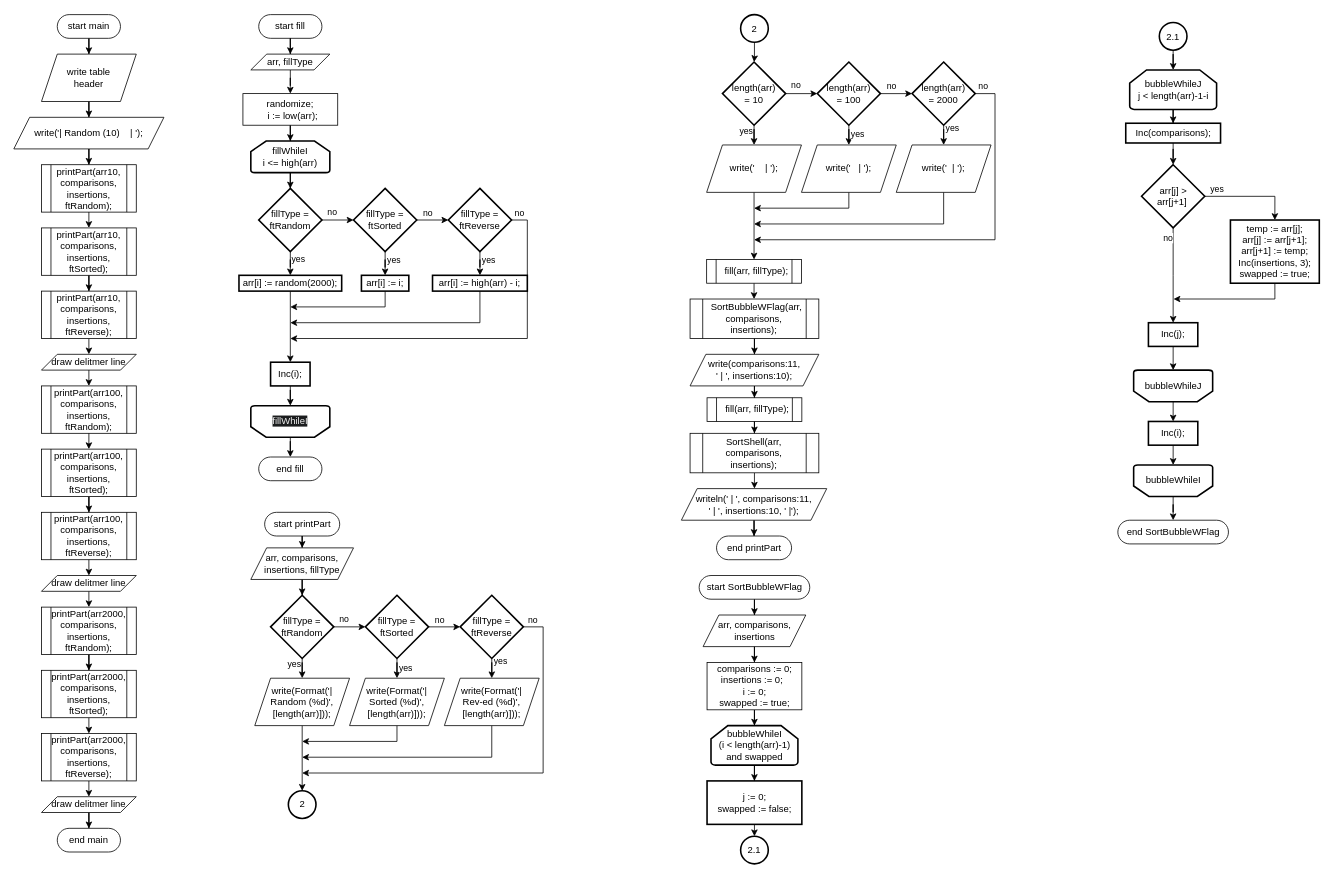
Earlier version of the draw.io diagram schema.drawio (bsuir-readyk/oaip-5). Source tidied: cells renumbered, new cells numbered last; positions are measured from the earlier drawing's top-left corner, leaving out a move shared by most shapes. Both pictures are drawn from the tidied source at 79%, with x=0, y=0 at pixel (13, 14).
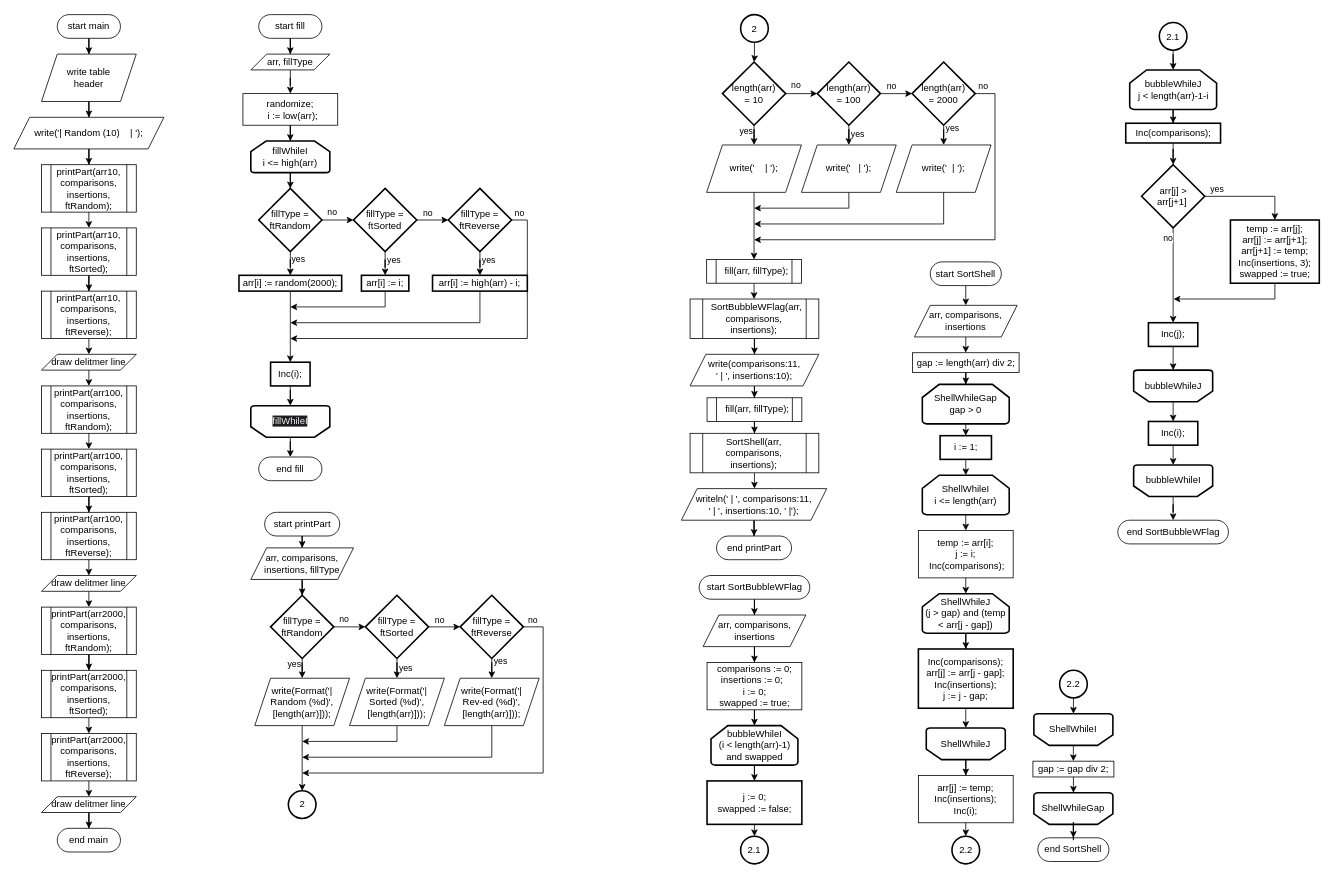
Above is the later version.

Commit message (it also covers changes not shown here):
schema complete

Change to the diagram source:
```diff
@@
+    <mxCell id="163" style="edgeStyle=orthogonalEdgeStyle;rounded=0;jettySize=auto;html=1;exitX=0.5;exitY=1;exitDx=0;exitDy=0;entryX=0.5;entryY=0;entryDx=0;entryDy=0;" parent="1" edge="1" source="164" target="166">
+      <mxGeometry relative="1" as="geometry" />
+    </mxCell>
+    <mxCell id="164" value="&lt;div&gt;&lt;span style=&quot;background-color: initial;&quot;&gt;arr,&amp;nbsp;&lt;/span&gt;&lt;span style=&quot;background-color: initial;&quot;&gt;comparisons, insertions&lt;/span&gt;&lt;br&gt;&lt;/div&gt;" style="shape=parallelogram;perimeter=parallelogramPerimeter;whiteSpace=wrap;html=1;fixedSize=1;" parent="1" vertex="1">
+      <mxGeometry x="1140" y="368" width="130" height="40" as="geometry" />
+    </mxCell>
+    <mxCell id="165" style="edgeStyle=orthogonalEdgeStyle;rounded=0;jettySize=auto;html=1;" parent="1" edge="1" source="166" target="168">
+      <mxGeometry relative="1" as="geometry" />
+    </mxCell>
+    <mxCell id="166" value="gap := length(arr) div 2;" style="whiteSpace=wrap;html=1;" parent="1" vertex="1">
+      <mxGeometry x="1137.5" y="428" width="135" height="25" as="geometry" />
+    </mxCell>
+    <mxCell id="167" style="edgeStyle=orthogonalEdgeStyle;rounded=0;jettySize=auto;html=1;exitX=0.5;exitY=1;exitDx=0;exitDy=0;exitPerimeter=0;entryX=0.5;entryY=0;entryDx=0;entryDy=0;" parent="1" edge="1" source="168" target="169">
+      <mxGeometry relative="1" as="geometry" />
+    </mxCell>
+    <mxCell id="168" value="&lt;div&gt;ShellWhileGap&lt;/div&gt;&lt;div&gt;gap &amp;gt; 0&lt;/div&gt;" style="strokeWidth=2;html=1;shape=mxgraph.flowchart.loop_limit;whiteSpace=wrap;" parent="1" vertex="1">
+      <mxGeometry x="1150" y="468" width="110" height="50" as="geometry" />
+    </mxCell>
+    <mxCell id="169" value="&lt;div&gt;i := 1;&lt;/div&gt;" style="whiteSpace=wrap;html=1;strokeWidth=2;" parent="1" vertex="1">
+      <mxGeometry x="1172.5" y="533" width="65" height="30" as="geometry" />
+    </mxCell>
+    <mxCell id="170" style="edgeStyle=orthogonalEdgeStyle;rounded=0;jettySize=auto;html=1;exitX=0.5;exitY=0.5;exitDx=0;exitDy=14.999999999999998;exitPerimeter=0;entryX=0.5;entryY=0;entryDx=0;entryDy=0;" parent="1" edge="1" source="171" target="164">
+      <mxGeometry relative="1" as="geometry" />
+    </mxCell>
+    <mxCell id="171" value="start SortShell" style="html=1;dashed=0;whiteSpace=wrap;shape=mxgraph.dfd.start;" parent="1" vertex="1">
+      <mxGeometry x="1160" y="313" width="90" height="30" as="geometry" />
+    </mxCell>
+    <mxCell id="172" value="end SortShell" style="html=1;dashed=0;whiteSpace=wrap;shape=mxgraph.dfd.start;" parent="1" vertex="1">
+      <mxGeometry x="1296.2" y="1042" width="90" height="30" as="geometry" />
+    </mxCell>
+    <mxCell id="173" style="group;" parent="1" vertex="1">
+      <mxGeometry x="1291.2" y="985" width="100" height="40" as="geometry" />
+    </mxCell>
+    <mxCell id="174" style="strokeWidth=2;html=1;shape=mxgraph.flowchart.loop_limit;whiteSpace=wrap;rotation=-180;" parent="173" vertex="1">
+      <mxGeometry width="100" height="40" as="geometry" />
+    </mxCell>
+    <mxCell id="175" value="ShellWhileGap" style="text;whiteSpace=wrap;html=1;align=center;verticalAlign=middle;" parent="173" vertex="1">
+      <mxGeometry width="100" height="40" as="geometry" />
+    </mxCell>
+    <mxCell id="176" style="edgeStyle=orthogonalEdgeStyle;rounded=0;jettySize=auto;html=1;exitX=0.5;exitY=1;exitDx=0;exitDy=0;exitPerimeter=0;entryX=0.5;entryY=0;entryDx=0;entryDy=0;" parent="1" edge="1" source="177" target="182">
+      <mxGeometry relative="1" as="geometry" />
+    </mxCell>
+    <mxCell id="177" value="&lt;div&gt;ShellWhileI&lt;/div&gt;&lt;div&gt;i &amp;lt;= length(arr)&lt;/div&gt;" style="strokeWidth=2;html=1;shape=mxgraph.flowchart.loop_limit;whiteSpace=wrap;" parent="1" vertex="1">
+      <mxGeometry x="1150" y="583" width="110" height="50" as="geometry" />
+    </mxCell>
+    <mxCell id="178" style="group;" parent="1" vertex="1">
+      <mxGeometry x="1291.2" y="885" width="100" height="40" as="geometry" />
+    </mxCell>
+    <mxCell id="179" style="strokeWidth=2;html=1;shape=mxgraph.flowchart.loop_limit;whiteSpace=wrap;rotation=-180;" parent="178" vertex="1">
+      <mxGeometry width="100" height="40" as="geometry" />
+    </mxCell>
+    <mxCell id="180" value="&lt;div&gt;ShellWhileI&lt;/div&gt;" style="text;whiteSpace=wrap;html=1;align=center;verticalAlign=middle;" parent="178" vertex="1">
+      <mxGeometry width="100" height="40" as="geometry" />
+    </mxCell>
+    <mxCell id="181" style="edgeStyle=orthogonalEdgeStyle;rounded=0;jettySize=auto;html=1;exitX=0.5;exitY=1;exitDx=0;exitDy=0;entryX=0.5;entryY=0;entryDx=0;entryDy=0;entryPerimeter=0;" parent="1" edge="1" source="169" target="177">
+      <mxGeometry relative="1" as="geometry" />
+    </mxCell>
+    <mxCell id="182" value="&lt;div&gt;temp := arr[i];&lt;/div&gt;&lt;div&gt;j := i;&lt;/div&gt;&lt;div&gt;&amp;nbsp;Inc(comparisons);&lt;/div&gt;" style="rounded=0;whiteSpace=wrap;html=1;" parent="1" vertex="1">
+      <mxGeometry x="1145" y="653" width="120" height="60" as="geometry" />
+    </mxCell>
+    <mxCell id="183" style="edgeStyle=orthogonalEdgeStyle;rounded=0;jettySize=auto;html=1;" parent="1" edge="1" source="184" target="190">
+      <mxGeometry relative="1" as="geometry" />
+    </mxCell>
+    <mxCell id="184" value="&lt;div&gt;ShellWhileJ&lt;/div&gt;&lt;div&gt;(j &amp;gt; gap) and (temp &amp;lt; arr[j - gap])&lt;br&gt;&lt;/div&gt;" style="strokeWidth=2;html=1;shape=mxgraph.flowchart.loop_limit;whiteSpace=wrap;" parent="1" vertex="1">
+      <mxGeometry x="1150" y="733" width="110" height="50" as="geometry" />
+    </mxCell>
+    <mxCell id="185" style="edgeStyle=orthogonalEdgeStyle;rounded=0;jettySize=auto;html=1;exitX=0.5;exitY=1;exitDx=0;exitDy=0;entryX=0.5;entryY=0;entryDx=0;entryDy=0;entryPerimeter=0;" parent="1" edge="1" source="182" target="184">
+      <mxGeometry relative="1" as="geometry" />
+    </mxCell>
+    <mxCell id="186" style="group;" parent="1" vertex="1">
+      <mxGeometry x="1155" y="903" width="100" height="40" as="geometry" />
+    </mxCell>
+    <mxCell id="187" style="strokeWidth=2;html=1;shape=mxgraph.flowchart.loop_limit;whiteSpace=wrap;rotation=-180;" parent="186" vertex="1">
+      <mxGeometry width="100" height="40" as="geometry" />
+    </mxCell>
+    <mxCell id="188" value="ShellWhileJ" style="text;whiteSpace=wrap;html=1;align=center;verticalAlign=middle;" parent="186" vertex="1">
+      <mxGeometry width="100" height="40" as="geometry" />
+    </mxCell>
+    <mxCell id="189" style="edgeStyle=orthogonalEdgeStyle;rounded=0;jettySize=auto;html=1;exitX=0.5;exitY=1;exitDx=0;exitDy=0;entryX=0.5;entryY=0;entryDx=0;entryDy=0;" parent="1" edge="1" source="190" target="188">
+      <mxGeometry relative="1" as="geometry" />
+    </mxCell>
+    <mxCell id="190" value="&lt;div&gt;Inc(comparisons);&lt;/div&gt;&lt;div&gt;arr[j] := arr[j - gap];&lt;/div&gt;&lt;div&gt;Inc(insertions);&lt;/div&gt;&lt;div&gt;j := j - gap;&lt;/div&gt;" style="whiteSpace=wrap;html=1;strokeWidth=2;" parent="1" vertex="1">
+      <mxGeometry x="1145" y="803" width="120" height="75" as="geometry" />
+    </mxCell>
+    <mxCell id="191" value="&lt;div&gt;arr[j] := temp;&lt;/div&gt;&lt;div&gt;Inc(insertions);&lt;/div&gt;&lt;div&gt;Inc(i);&lt;/div&gt;" style="whiteSpace=wrap;html=1;" parent="1" vertex="1">
+      <mxGeometry x="1145" y="963" width="120" height="60" as="geometry" />
+    </mxCell>
+    <mxCell id="192" style="edgeStyle=orthogonalEdgeStyle;rounded=0;jettySize=auto;html=1;" parent="1" edge="1" source="188" target="191">
+      <mxGeometry relative="1" as="geometry" />
+    </mxCell>
+    <mxCell id="193" value="2.2" style="strokeWidth=2;html=1;shape=mxgraph.flowchart.start_2;whiteSpace=wrap;" parent="1" vertex="1">
+      <mxGeometry x="1187.5" y="1040" width="35" height="35" as="geometry" />
+    </mxCell>
+    <mxCell id="194" style="edgeStyle=orthogonalEdgeStyle;rounded=0;jettySize=auto;html=1;exitX=0.5;exitY=1;exitDx=0;exitDy=0;entryX=0.5;entryY=0;entryDx=0;entryDy=0;entryPerimeter=0;" parent="1" edge="1" source="191" target="193">
+      <mxGeometry relative="1" as="geometry" />
+    </mxCell>
+    <mxCell id="195" style="edgeStyle=orthogonalEdgeStyle;rounded=0;jettySize=auto;html=1;" parent="1" edge="1" source="196" target="180">
+      <mxGeometry relative="1" as="geometry" />
+    </mxCell>
+    <mxCell id="196" value="2.2" style="strokeWidth=2;html=1;shape=mxgraph.flowchart.start_2;whiteSpace=wrap;" parent="1" vertex="1">
+      <mxGeometry x="1323.8" y="830" width="35" height="35" as="geometry" />
+    </mxCell>
+    <mxCell id="197" style="edgeStyle=orthogonalEdgeStyle;rounded=0;jettySize=auto;html=1;" parent="1" edge="1" source="198" target="175">
+      <mxGeometry relative="1" as="geometry" />
+    </mxCell>
+    <mxCell id="198" value="gap := gap div 2;" style="whiteSpace=wrap;html=1;" parent="1" vertex="1">
+      <mxGeometry x="1290" y="945" width="102.5" height="20" as="geometry" />
+    </mxCell>
+    <mxCell id="199" style="edgeStyle=orthogonalEdgeStyle;rounded=0;jettySize=auto;html=1;" parent="1" edge="1" source="180" target="198">
+      <mxGeometry relative="1" as="geometry" />
+    </mxCell>
+    <mxCell id="200" style="edgeStyle=orthogonalEdgeStyle;rounded=0;jettySize=auto;html=1;" parent="1" edge="1" source="175" target="172">
+      <mxGeometry relative="1" as="geometry" />
+    </mxCell>
```
